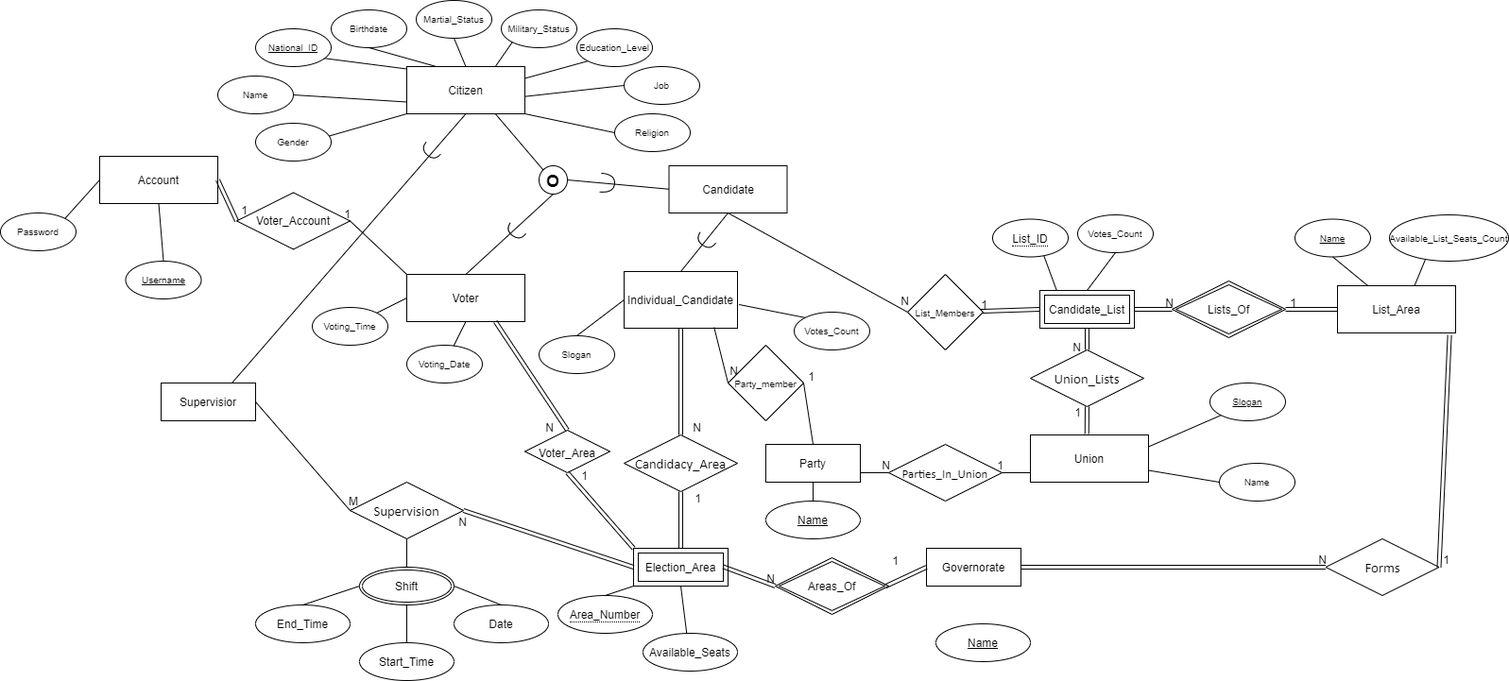
Above: ERD.png in ziad-khobeiz/e-voting-system (draw.io), before the change. Source tidied: cells renumbered, new cells last; positions are measured from the earlier drawing's top-left corner, leaving out a move shared by most shapes.
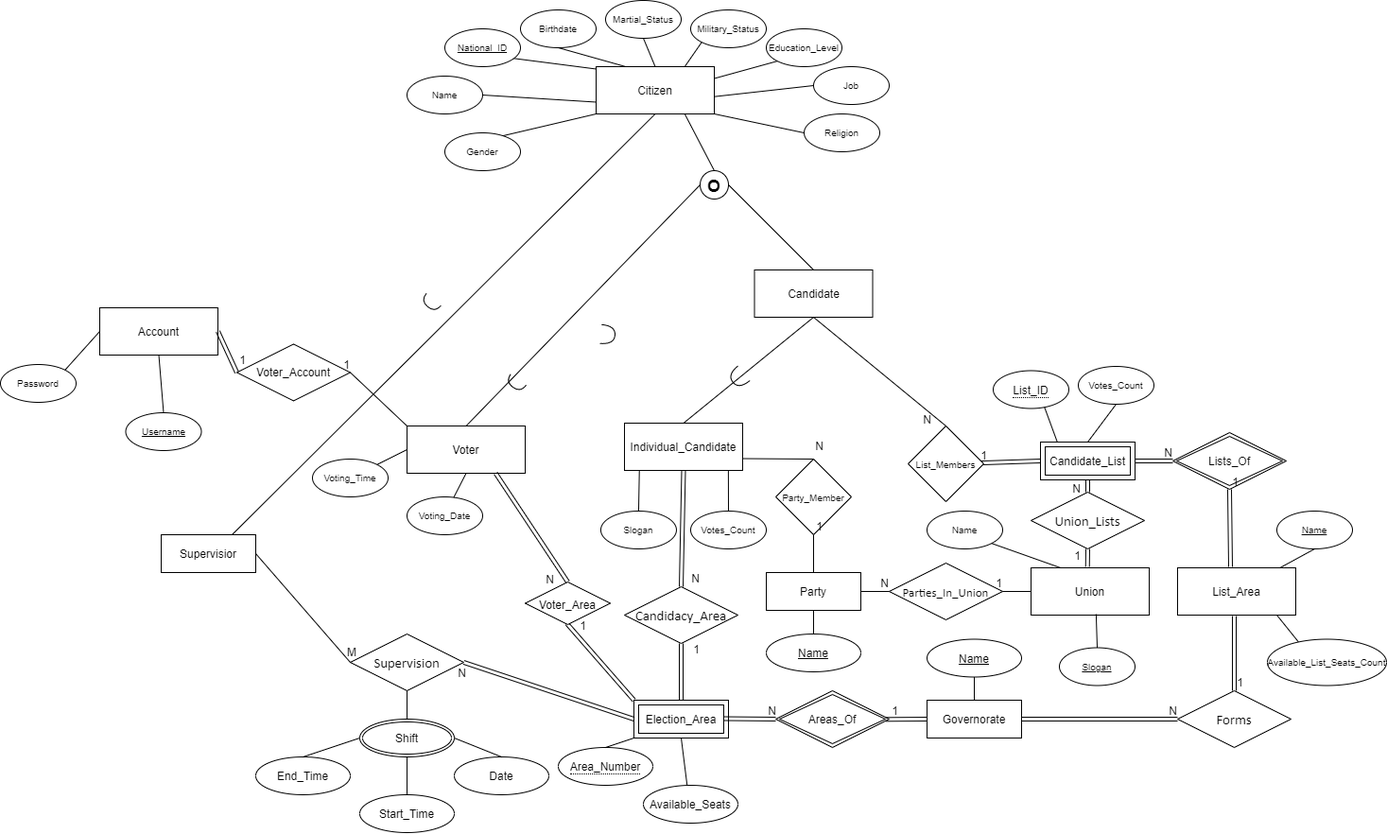
Above is the later version.

What changed in the source:
```diff
@@ -6,4 +6,4 @@
       <mxGeometry relative="1" as="geometry">
-        <mxPoint x="430" y="72.5" as="sourcePoint" />
-        <mxPoint x="333" y="60" as="targetPoint" />
+        <mxPoint x="630" y="-87.5" as="sourcePoint" />
+        <mxPoint x="533" y="-100" as="targetPoint" />
       </mxGeometry>
@@ -11,3 +11,3 @@
     <mxCell id="3" value="Name" style="ellipse;whiteSpace=wrap;html=1;fontSize=10;" parent="1" vertex="1">
-      <mxGeometry x="230" y="80" width="80" height="40" as="geometry" />
+      <mxGeometry x="430" y="-80" width="80" height="40" as="geometry" />
     </mxCell>
@@ -16,30 +16,28 @@
     </mxCell>
-    <mxCell id="5" style="endArrow=none;html=1;entryX=1.007;entryY=0.426;entryDx=0;entryDy=0;entryPerimeter=0;exitX=0;exitY=1;exitDx=0;exitDy=0;" parent="1" edge="1" source="68">
-      <mxGeometry relative="1" as="geometry">
-        <mxPoint x="320.6" y="151.3" as="targetPoint" />
-      </mxGeometry>
+    <mxCell id="5" style="endArrow=none;html=1;entryX=0.753;entryY=0.085;entryDx=0;entryDy=0;entryPerimeter=0;exitX=0;exitY=1;exitDx=0;exitDy=0;" parent="1" edge="1" source="68" target="7">
+      <mxGeometry relative="1" as="geometry" />
     </mxCell>
     <mxCell id="6" value="&lt;u style=&quot;font-size: 10px;&quot;&gt;National_ID&lt;/u&gt;" style="ellipse;whiteSpace=wrap;html=1;fontSize=10;" parent="1" vertex="1">
-      <mxGeometry x="270" y="30" width="80" height="40" as="geometry" />
+      <mxGeometry x="470" y="-130" width="80" height="40" as="geometry" />
     </mxCell>
     <mxCell id="7" value="Gender" style="ellipse;whiteSpace=wrap;html=1;fontSize=10;" parent="1" vertex="1">
-      <mxGeometry x="270" y="130" width="80" height="40" as="geometry" />
+      <mxGeometry x="470" y="-20" width="80" height="40" as="geometry" />
     </mxCell>
     <mxCell id="8" value="Religion" style="ellipse;whiteSpace=wrap;html=1;fontSize=10;" parent="1" vertex="1">
-      <mxGeometry x="650" y="120" width="80" height="40" as="geometry" />
+      <mxGeometry x="850" y="-40" width="80" height="40" as="geometry" />
     </mxCell>
     <mxCell id="9" value="Birthdate" style="ellipse;whiteSpace=wrap;html=1;fontSize=10;" parent="1" vertex="1">
-      <mxGeometry x="350" y="10" width="80" height="40" as="geometry" />
+      <mxGeometry x="550" y="-150" width="80" height="40" as="geometry" />
     </mxCell>
     <mxCell id="10" value="Martial_Status" style="ellipse;whiteSpace=wrap;html=1;fontSize=10;" parent="1" vertex="1">
-      <mxGeometry x="440" width="80" height="40" as="geometry" />
+      <mxGeometry x="640" y="-160" width="80" height="40" as="geometry" />
     </mxCell>
     <mxCell id="11" value="Military_Status" style="ellipse;whiteSpace=wrap;html=1;fontSize=10;" parent="1" vertex="1">
-      <mxGeometry x="530" y="10" width="80" height="40" as="geometry" />
+      <mxGeometry x="730" y="-150" width="80" height="40" as="geometry" />
     </mxCell>
     <mxCell id="12" value="Education_Level" style="ellipse;whiteSpace=wrap;html=1;fontSize=10;" parent="1" vertex="1">
-      <mxGeometry x="610" y="30" width="80" height="40" as="geometry" />
+      <mxGeometry x="810" y="-130" width="80" height="40" as="geometry" />
     </mxCell>
     <mxCell id="13" value="Job" style="ellipse;whiteSpace=wrap;html=1;fontSize=10;" parent="1" vertex="1">
-      <mxGeometry x="660" y="70" width="80" height="40" as="geometry" />
+      <mxGeometry x="860" y="-90" width="80" height="40" as="geometry" />
     </mxCell>
@@ -94,14 +92,14 @@
     <mxCell id="30" value="Individual_Candidate" style="rounded=0;whiteSpace=wrap;html=1;" parent="1" vertex="1">
-      <mxGeometry x="660" y="287" width="120" height="60" as="geometry" />
+      <mxGeometry x="660" y="287" width="125" height="50" as="geometry" />
     </mxCell>
     <mxCell id="31" value="Slogan" style="ellipse;whiteSpace=wrap;html=1;fontSize=10;" parent="1" vertex="1">
-      <mxGeometry x="570" y="355" width="80" height="40" as="geometry" />
+      <mxGeometry x="635" y="380" width="80" height="40" as="geometry" />
     </mxCell>
     <mxCell id="32" value="Votes_Count" style="ellipse;whiteSpace=wrap;html=1;fontSize=10;" parent="1" vertex="1">
-      <mxGeometry x="840" y="330" width="80" height="40" as="geometry" />
+      <mxGeometry x="730" y="380" width="80" height="40" as="geometry" />
     </mxCell>
-    <mxCell id="33" style="endArrow=none;html=1;entryX=0;entryY=0.5;entryDx=0;entryDy=0;exitX=0.5;exitY=0;exitDx=0;exitDy=0;" parent="1" edge="1" source="31" target="30">
+    <mxCell id="33" style="endArrow=none;html=1;exitX=0.5;exitY=0;exitDx=0;exitDy=0;entryX=0.126;entryY=0.993;entryDx=0;entryDy=0;entryPerimeter=0;" parent="1" edge="1" source="31" target="30">
       <mxGeometry relative="1" as="geometry" />
     </mxCell>
-    <mxCell id="34" style="endArrow=none;html=1;entryX=1.014;entryY=0.583;entryDx=0;entryDy=0;exitX=0;exitY=0;exitDx=0;exitDy=0;entryPerimeter=0;" parent="1" edge="1" source="32" target="30">
+    <mxCell id="34" style="endArrow=none;html=1;entryX=0.879;entryY=1.002;entryDx=0;entryDy=0;exitX=0.5;exitY=0;exitDx=0;exitDy=0;entryPerimeter=0;" parent="1" edge="1" source="32" target="30">
       <mxGeometry relative="1" as="geometry" />
@@ -109,14 +107,14 @@
     <mxCell id="35" value="Union" style="rounded=0;whiteSpace=wrap;html=1;" parent="1" vertex="1">
-      <mxGeometry x="1090" y="460" width="125" height="50" as="geometry" />
+      <mxGeometry x="1090" y="440" width="125" height="50" as="geometry" />
     </mxCell>
     <mxCell id="36" value="&lt;u&gt;Slogan&lt;/u&gt;" style="ellipse;whiteSpace=wrap;html=1;fontSize=10;" parent="1" vertex="1">
-      <mxGeometry x="1280" y="405" width="80" height="40" as="geometry" />
+      <mxGeometry x="1120" y="524.5" width="80" height="40" as="geometry" />
     </mxCell>
     <mxCell id="37" value="Name" style="ellipse;whiteSpace=wrap;html=1;fontSize=10;" parent="1" vertex="1">
-      <mxGeometry x="1290" y="490" width="80" height="40" as="geometry" />
+      <mxGeometry x="980" y="380" width="80" height="40" as="geometry" />
     </mxCell>
-    <mxCell id="38" style="endArrow=none;html=1;exitX=1;exitY=0.25;exitDx=0;exitDy=0;entryX=0;entryY=1;entryDx=0;entryDy=0;" parent="1" edge="1" source="35" target="36">
+    <mxCell id="38" style="endArrow=none;html=1;exitX=0.551;exitY=0.98;exitDx=0;exitDy=0;entryX=0.5;entryY=0;entryDx=0;entryDy=0;exitPerimeter=0;" parent="1" edge="1" source="35" target="36">
       <mxGeometry relative="1" as="geometry" />
     </mxCell>
-    <mxCell id="39" style="endArrow=none;html=1;entryX=0;entryY=0.5;entryDx=0;entryDy=0;exitX=1;exitY=0.75;exitDx=0;exitDy=0;" parent="1" edge="1" source="35" target="37">
+    <mxCell id="39" style="endArrow=none;html=1;entryX=1;entryY=1;entryDx=0;entryDy=0;exitX=0.25;exitY=0;exitDx=0;exitDy=0;" parent="1" edge="1" source="35" target="37">
       <mxGeometry relative="1" as="geometry" />
@@ -124,6 +122,6 @@
     <mxCell id="40" value="List_Area" style="rounded=0;whiteSpace=wrap;html=1;" parent="1" vertex="1">
-      <mxGeometry x="1415" y="302" width="125" height="50" as="geometry" />
+      <mxGeometry x="1245" y="440" width="125" height="50" as="geometry" />
     </mxCell>
     <mxCell id="41" value="&lt;u&gt;Name&lt;/u&gt;" style="ellipse;whiteSpace=wrap;html=1;fontSize=10;" parent="1" vertex="1">
-      <mxGeometry x="1370" y="231.5" width="80" height="40" as="geometry" />
+      <mxGeometry x="1350" y="380" width="80" height="40" as="geometry" />
     </mxCell>
@@ -133,5 +131,5 @@
     <mxCell id="43" value="&lt;font style=&quot;font-size: 10px&quot;&gt;Available_List_Seats_Count&lt;/font&gt;" style="ellipse;whiteSpace=wrap;html=1;fontSize=10;" parent="1" vertex="1">
-      <mxGeometry x="1470" y="227" width="126" height="49" as="geometry" />
+      <mxGeometry x="1340" y="515.5" width="126" height="49" as="geometry" />
     </mxCell>
-    <mxCell id="44" style="endArrow=none;html=1;entryX=0.654;entryY=-0.01;entryDx=0;entryDy=0;exitX=0.3;exitY=0.973;exitDx=0;exitDy=0;entryPerimeter=0;exitPerimeter=0;" parent="1" edge="1" source="43" target="40">
+    <mxCell id="44" style="endArrow=none;html=1;entryX=0.84;entryY=1;entryDx=0;entryDy=0;exitX=0.26;exitY=0.056;exitDx=0;exitDy=0;entryPerimeter=0;exitPerimeter=0;" parent="1" edge="1" source="43" target="40">
       <mxGeometry relative="1" as="geometry" />
@@ -153,3 +151,3 @@
     </mxCell>
-    <mxCell id="50" style="shape=link;html=1;rounded=0;entryX=1;entryY=0.5;entryDx=0;entryDy=0;exitX=0;exitY=0.5;exitDx=0;exitDy=0;" parent="1" edge="1" source="40" target="47">
+    <mxCell id="50" style="shape=link;html=1;rounded=0;entryX=0.5;entryY=1;entryDx=0;entryDy=0;exitX=0.448;exitY=-0.02;exitDx=0;exitDy=0;exitPerimeter=0;" parent="1" edge="1" source="40" target="47">
       <mxGeometry relative="1" as="geometry" />
@@ -174,3 +172,3 @@
     <mxCell id="56" value="Areas_Of" style="shape=rhombus;double=1;perimeter=rhombusPerimeter;whiteSpace=wrap;html=1;align=center;strokeColor=#000000;gradientColor=none;" parent="1" vertex="1">
-      <mxGeometry x="820" y="590" width="120" height="60" as="geometry" />
+      <mxGeometry x="820" y="570" width="120" height="60" as="geometry" />
     </mxCell>
@@ -199,10 +197,6 @@
     <mxCell id="63" value="Party" style="whiteSpace=wrap;html=1;align=center;strokeColor=#000000;gradientColor=none;" parent="1" vertex="1">
-      <mxGeometry x="810" y="470" width="100" height="40" as="geometry" />
+      <mxGeometry x="810" y="445" width="100" height="40" as="geometry" />
     </mxCell>
-    <mxCell id="64" value="Name" style="ellipse;whiteSpace=wrap;html=1;align=center;fontStyle=4;strokeColor=#000000;gradientColor=none;" parent="1" vertex="1">
-      <mxGeometry x="810" y="530" width="100" height="40" as="geometry" />
-    </mxCell>
-    <mxCell id="65" style="endArrow=none;html=1;rounded=0;" parent="1" edge="1">
+    <mxCell id="65" style="endArrow=none;html=1;rounded=0;" parent="1" edge="1" source="64">
       <mxGeometry relative="1" as="geometry">
-        <mxPoint x="860" y="510" as="sourcePoint" />
         <mxPoint x="860" y="530" as="targetPoint" />
@@ -214,6 +208,6 @@
     <mxCell id="67" value="Name" style="ellipse;whiteSpace=wrap;html=1;align=center;fontStyle=4;strokeColor=#000000;gradientColor=none;" parent="1" vertex="1">
-      <mxGeometry x="990" y="660" width="100" height="40" as="geometry" />
+      <mxGeometry x="980" y="515.5" width="100" height="40" as="geometry" />
     </mxCell>
     <mxCell id="68" value="Citizen" style="whiteSpace=wrap;html=1;align=center;strokeColor=#000000;gradientColor=none;" parent="1" vertex="1">
-      <mxGeometry x="430" y="70" width="125" height="50" as="geometry" />
+      <mxGeometry x="630" y="-90" width="125" height="50" as="geometry" />
     </mxCell>
@@ -226,8 +220,8 @@
     <mxCell id="71" value="O" style="ellipse;fillColor=#ffffff;strokeColor=#000000;fontStyle=1;fontSize=18;" parent="1" vertex="1">
-      <mxGeometry x="570" y="175" width="30" height="30" as="geometry" />
+      <mxGeometry x="740" y="20" width="30" height="30" as="geometry" />
     </mxCell>
-    <mxCell id="72" style="endArrow=none;html=1;entryX=0.75;entryY=1;entryDx=0;entryDy=0;exitX=0;exitY=0;exitDx=0;exitDy=0;" parent="1" edge="1" source="71" target="68">
+    <mxCell id="72" style="endArrow=none;html=1;entryX=0.75;entryY=1;entryDx=0;entryDy=0;exitX=0.5;exitY=0;exitDx=0;exitDy=0;" parent="1" edge="1" source="71" target="68">
       <mxGeometry relative="1" as="geometry" />
     </mxCell>
-    <mxCell id="73" style="endArrow=none;html=1;entryX=0.5;entryY=1;entryDx=0;entryDy=0;exitX=0.5;exitY=0;exitDx=0;exitDy=0;" parent="1" edge="1" source="20" target="71">
+    <mxCell id="73" style="endArrow=none;html=1;exitX=0.5;exitY=0;exitDx=0;exitDy=0;entryX=0;entryY=0.5;entryDx=0;entryDy=0;" parent="1" edge="1" source="20" target="71">
       <mxGeometry relative="1" as="geometry" />
@@ -258,5 +252,5 @@
     <mxCell id="81" value="&lt;span style=&quot;line-height: 107% ; font-family: &amp;#34;calibri&amp;#34; , sans-serif&quot;&gt;&lt;font style=&quot;font-size: 13px&quot;&gt;Parties_In_Union&lt;/font&gt;&lt;/span&gt;" style="shape=rhombus;perimeter=rhombusPerimeter;whiteSpace=wrap;html=1;align=center;strokeColor=#000000;gradientColor=none;fontSize=14;" parent="1" vertex="1">
-      <mxGeometry x="940" y="470" width="120" height="60" as="geometry" />
+      <mxGeometry x="940" y="435" width="120" height="60" as="geometry" />
     </mxCell>
-    <mxCell id="82" style="endArrow=none;html=1;rounded=0;fontSize=14;exitX=1;exitY=0.75;exitDx=0;exitDy=0;entryX=0;entryY=0.5;entryDx=0;entryDy=0;" parent="1" edge="1" source="63" target="81">
+    <mxCell id="82" style="endArrow=none;html=1;rounded=0;fontSize=14;exitX=1;exitY=0.5;exitDx=0;exitDy=0;entryX=0;entryY=0.5;entryDx=0;entryDy=0;" parent="1" edge="1" source="63" target="81">
       <mxGeometry relative="1" as="geometry" />
@@ -266,6 +260,4 @@
     </mxCell>
-    <mxCell id="84" style="endArrow=none;html=1;rounded=0;fontSize=14;entryX=1;entryY=0.5;entryDx=0;entryDy=0;" parent="1" edge="1" target="81">
-      <mxGeometry relative="1" as="geometry">
-        <mxPoint x="1090" y="500" as="sourcePoint" />
-      </mxGeometry>
+    <mxCell id="84" style="endArrow=none;html=1;rounded=0;fontSize=14;entryX=1;entryY=0.5;entryDx=0;entryDy=0;exitX=0;exitY=0.5;exitDx=0;exitDy=0;" parent="1" edge="1" source="35" target="81">
+      <mxGeometry relative="1" as="geometry" />
     </mxCell>
@@ -275,3 +267,3 @@
     <mxCell id="86" value="&lt;span style=&quot;font-size: 11.0pt ; line-height: 107% ; font-family: &amp;#34;calibri&amp;#34; , sans-serif&quot;&gt;Union_Lists&lt;/span&gt;" style="shape=rhombus;perimeter=rhombusPerimeter;whiteSpace=wrap;html=1;align=center;strokeColor=#000000;gradientColor=none;fontSize=14;" parent="1" vertex="1">
-      <mxGeometry x="1090" y="370" width="120" height="60" as="geometry" />
+      <mxGeometry x="1090" y="360" width="120" height="60" as="geometry" />
     </mxCell>
@@ -339,21 +331,21 @@
     </mxCell>
-    <mxCell id="101" style="endArrow=none;html=1;exitX=0;exitY=0.5;exitDx=0;exitDy=0;entryX=0.5;entryY=1;entryDx=0;entryDy=0;" parent="1" edge="1" source="100" target="103">
+    <mxCell id="101" style="endArrow=none;html=1;exitX=0.5;exitY=0;exitDx=0;exitDy=0;entryX=0.5;entryY=1;entryDx=0;entryDy=0;" parent="1" edge="1" source="100" target="103">
       <mxGeometry relative="1" as="geometry" />
     </mxCell>
-    <mxCell id="102" style="endArrow=none;html=1;exitX=1;exitY=0.5;exitDx=0;exitDy=0;" parent="1" edge="1" source="71">
-      <mxGeometry relative="1" as="geometry">
-        <mxPoint x="710" y="200" as="targetPoint" />
-      </mxGeometry>
+    <mxCell id="102" style="endArrow=none;html=1;exitX=1;exitY=0.5;exitDx=0;exitDy=0;entryX=0.5;entryY=0;entryDx=0;entryDy=0;" parent="1" edge="1" source="71" target="103">
+      <mxGeometry relative="1" as="geometry" />
     </mxCell>
     <mxCell id="103" value="Candidate" style="rounded=0;whiteSpace=wrap;html=1;" parent="1" vertex="1">
-      <mxGeometry x="707.5" y="175" width="125" height="50" as="geometry" />
+      <mxGeometry x="797.5" y="125" width="125" height="50" as="geometry" />
     </mxCell>
-    <mxCell id="104" style="shape=requiredInterface;html=1;verticalLabelPosition=bottom;strokeColor=#000000;gradientColor=none;rotation=125;" parent="1" vertex="1">
-      <mxGeometry x="741" y="245" width="10" height="20" as="geometry" />
+    <mxCell id="104" style="shape=requiredInterface;html=1;verticalLabelPosition=bottom;strokeColor=#000000;gradientColor=none;rotation=141;" parent="1" vertex="1">
+      <mxGeometry x="773" y="229" width="15" height="20" as="geometry" />
     </mxCell>
     <mxCell id="105" value="&lt;span style=&quot;font-size: 11.0pt ; line-height: 107% ; font-family: &amp;#34;calibri&amp;#34; , sans-serif&quot;&gt;Forms&lt;/span&gt;" style="shape=rhombus;perimeter=rhombusPerimeter;whiteSpace=wrap;html=1;align=center;strokeColor=#000000;gradientColor=none;fontSize=14;" parent="1" vertex="1">
-      <mxGeometry x="1402.5" y="570" width="120" height="60" as="geometry" />
+      <mxGeometry x="1245" y="570" width="120" height="60" as="geometry" />
     </mxCell>
-    <mxCell id="106" style="shape=link;html=1;rounded=0;entryX=1;entryY=0.5;entryDx=0;entryDy=0;exitX=0.949;exitY=1.047;exitDx=0;exitDy=0;exitPerimeter=0;" parent="1" edge="1" source="40" target="105">
-      <mxGeometry relative="1" as="geometry" />
+    <mxCell id="106" style="shape=link;html=1;rounded=0;entryX=0.5;entryY=0;entryDx=0;entryDy=0;" parent="1" edge="1" target="105">
+      <mxGeometry relative="1" as="geometry">
+        <mxPoint x="1305" y="491" as="sourcePoint" />
+      </mxGeometry>
     </mxCell>
@@ -418,6 +410,6 @@
     </mxCell>
-    <mxCell id="124" value="&lt;font style=&quot;font-size: 10px&quot;&gt;Party_member&lt;/font&gt;" style="rhombus;whiteSpace=wrap;html=1;" parent="1" vertex="1">
-      <mxGeometry x="770" y="365" width="80" height="80" as="geometry" />
+    <mxCell id="124" value="&lt;font style=&quot;font-size: 10px&quot;&gt;Party_Member&lt;/font&gt;" style="rhombus;whiteSpace=wrap;html=1;" parent="1" vertex="1">
+      <mxGeometry x="820" y="325" width="80" height="80" as="geometry" />
     </mxCell>
-    <mxCell id="125" style="endArrow=none;html=1;rounded=0;fontSize=14;entryX=1;entryY=0.5;entryDx=0;entryDy=0;exitX=0.5;exitY=0;exitDx=0;exitDy=0;" parent="1" edge="1" source="63" target="124">
+    <mxCell id="125" style="endArrow=none;html=1;rounded=0;fontSize=14;entryX=0.5;entryY=1;entryDx=0;entryDy=0;exitX=0.5;exitY=0;exitDx=0;exitDy=0;" parent="1" edge="1" source="63" target="124">
       <mxGeometry relative="1" as="geometry" />
@@ -429,3 +421,3 @@
     </mxCell>
-    <mxCell id="127" style="endArrow=none;html=1;rounded=0;fontSize=14;entryX=0;entryY=0.5;entryDx=0;entryDy=0;exitX=0.794;exitY=0.985;exitDx=0;exitDy=0;exitPerimeter=0;" parent="1" edge="1" source="30" target="124">
+    <mxCell id="127" style="endArrow=none;html=1;rounded=0;fontSize=14;entryX=0.5;entryY=0;entryDx=0;entryDy=0;exitX=1;exitY=0.75;exitDx=0;exitDy=0;" parent="1" edge="1" source="30" target="124">
       <mxGeometry relative="1" as="geometry" />
@@ -438,3 +430,5 @@
     <mxCell id="129" value="N" style="html=1;align=right;verticalAlign=bottom;" parent="1" vertex="1">
-      <mxGeometry x="960" y="325" as="geometry" />
+      <mxGeometry x="930" y="330" as="geometry">
+        <mxPoint x="55" y="-38" as="offset" />
+      </mxGeometry>
     </mxCell>
@@ -465,2 +459,16 @@
     </mxCell>
+    <mxCell id="64" value="Name" style="ellipse;whiteSpace=wrap;html=1;align=center;fontStyle=4;strokeColor=#000000;gradientColor=none;" parent="1" vertex="1">
+      <mxGeometry x="810" y="510" width="100" height="40" as="geometry" />
+    </mxCell>
+    <mxCell id="137" style="endArrow=none;html=1;rounded=0;" parent="1" edge="1" target="64">
+      <mxGeometry relative="1" as="geometry">
+        <mxPoint x="860" y="510" as="sourcePoint" />
+      </mxGeometry>
+    </mxCell>
+    <mxCell id="138" style="endArrow=none;html=1;rounded=0;entryX=0.5;entryY=0;entryDx=0;entryDy=0;exitX=0.5;exitY=1;exitDx=0;exitDy=0;" parent="1" edge="1" source="63" target="64">
+      <mxGeometry relative="1" as="geometry" />
+    </mxCell>
+    <mxCell id="139" style="endArrow=none;html=1;rounded=0;entryX=0.5;entryY=0;entryDx=0;entryDy=0;exitX=0.5;exitY=1;exitDx=0;exitDy=0;" parent="1" edge="1" source="67" target="57">
+      <mxGeometry relative="1" as="geometry" />
+    </mxCell>
   </root>
```
